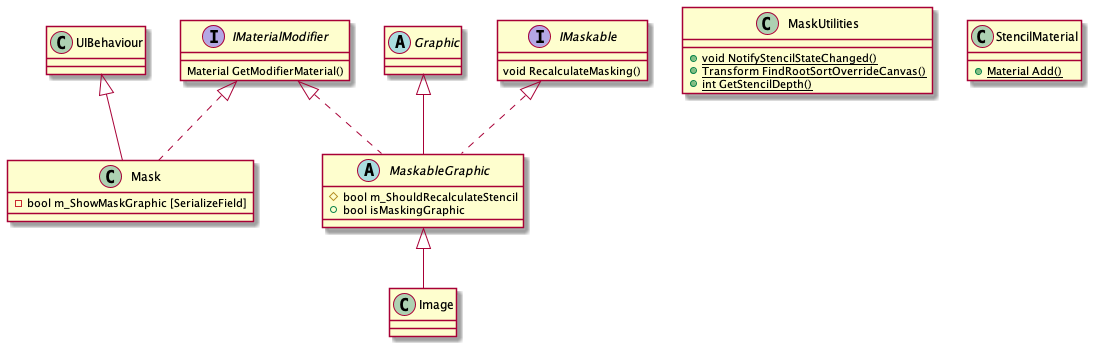
Before: org/2021-12-UGUI-Source-Reading/2021-12-UGUI-Source-Reading-012.Mask-Hierarchy.png, a diagram exported from PlantUML (young40/young40.github.com).
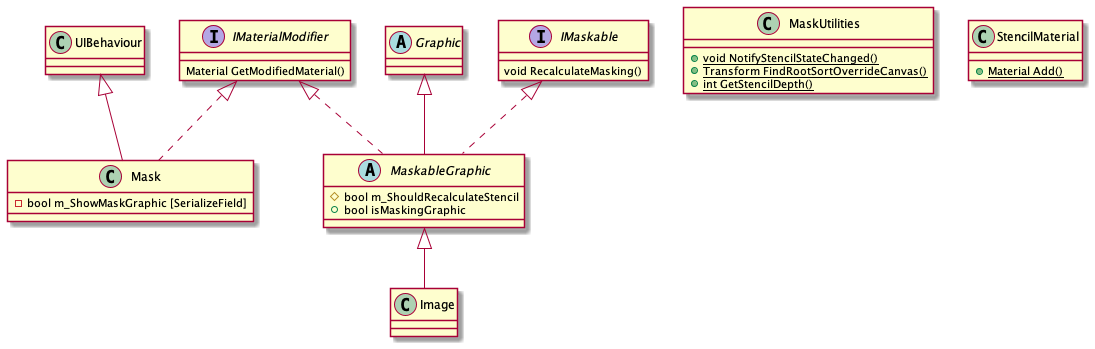
Later version of the same file.

Change to the diagram source:
```diff
@@ -27,7 +27,7 @@
 
 interface IMaterialModifier
 {
-    Material GetModifierMaterial()
+    Material GetModifiedMaterial()
 }
 
 interface IMaskable
```
